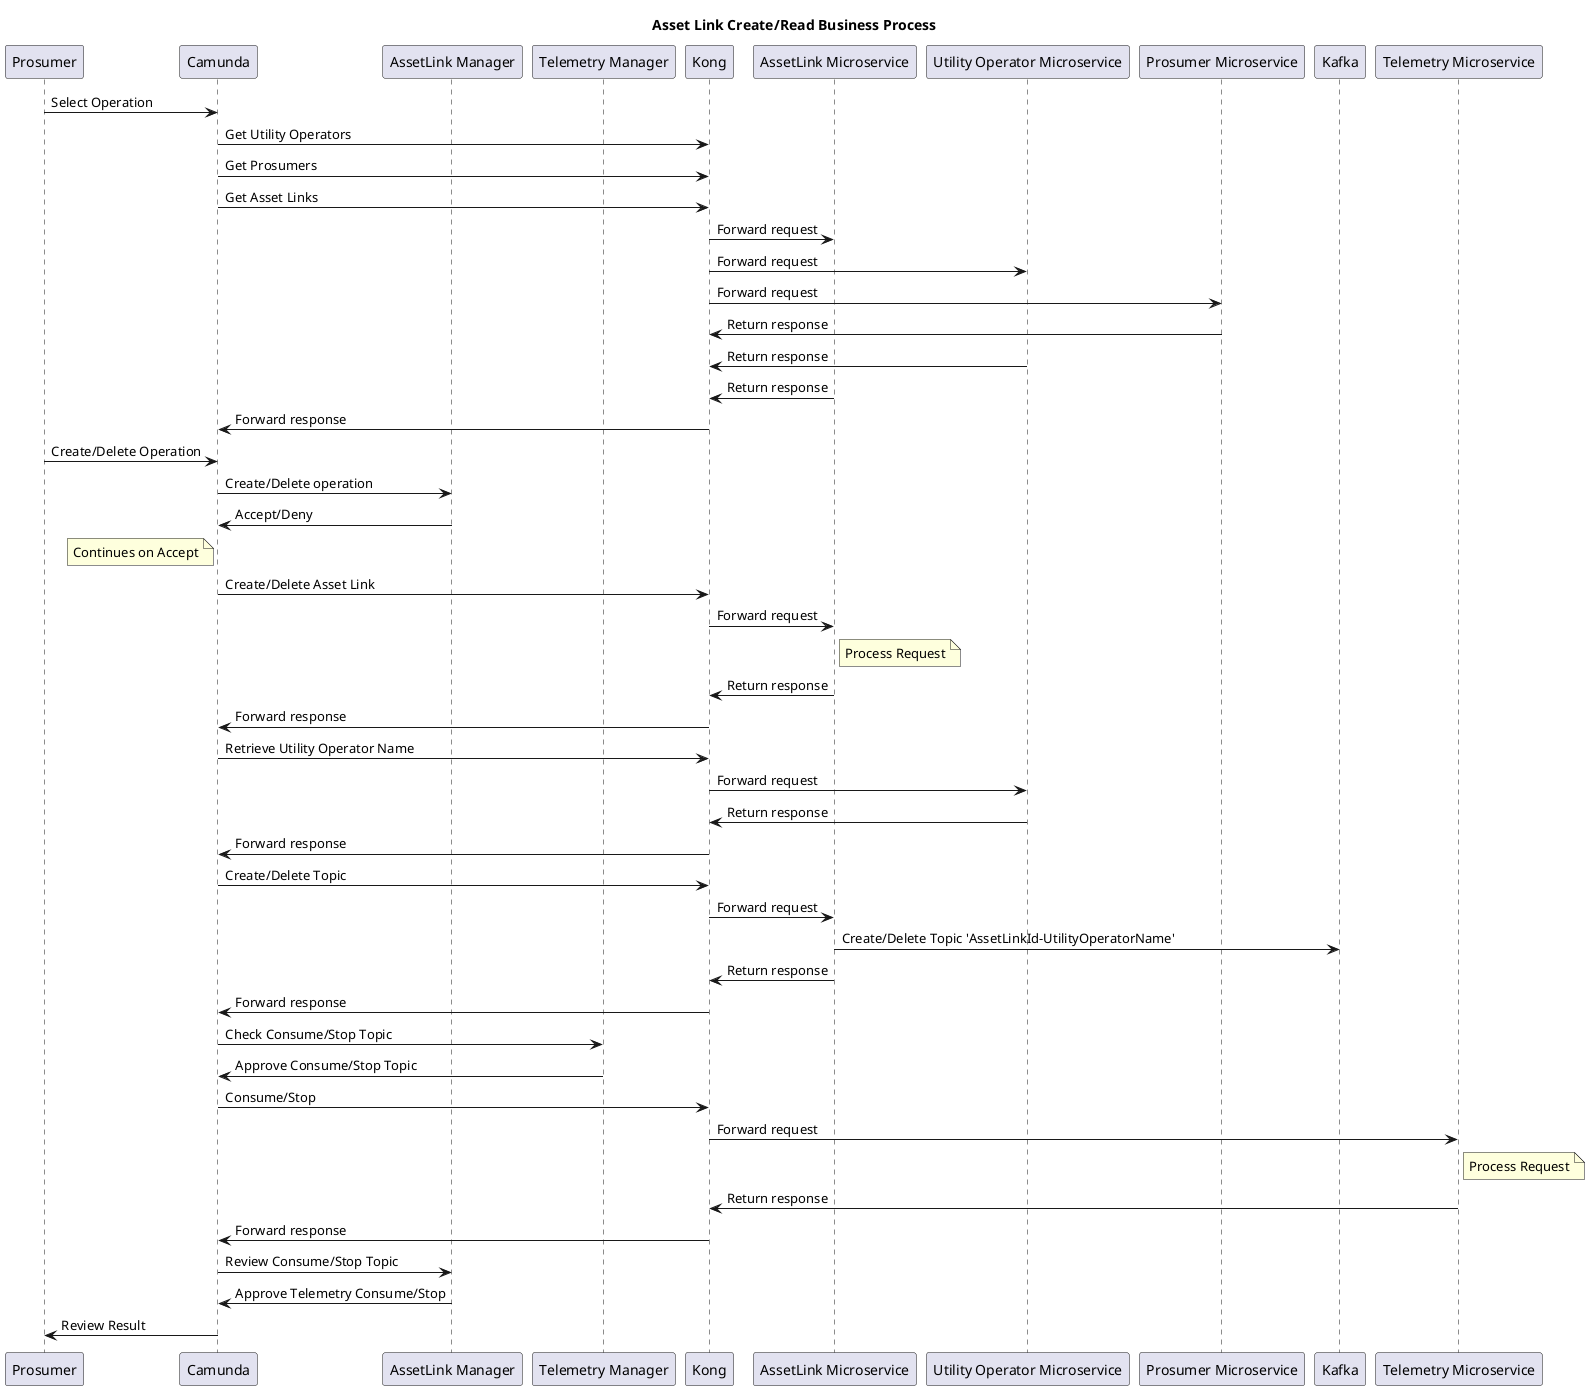
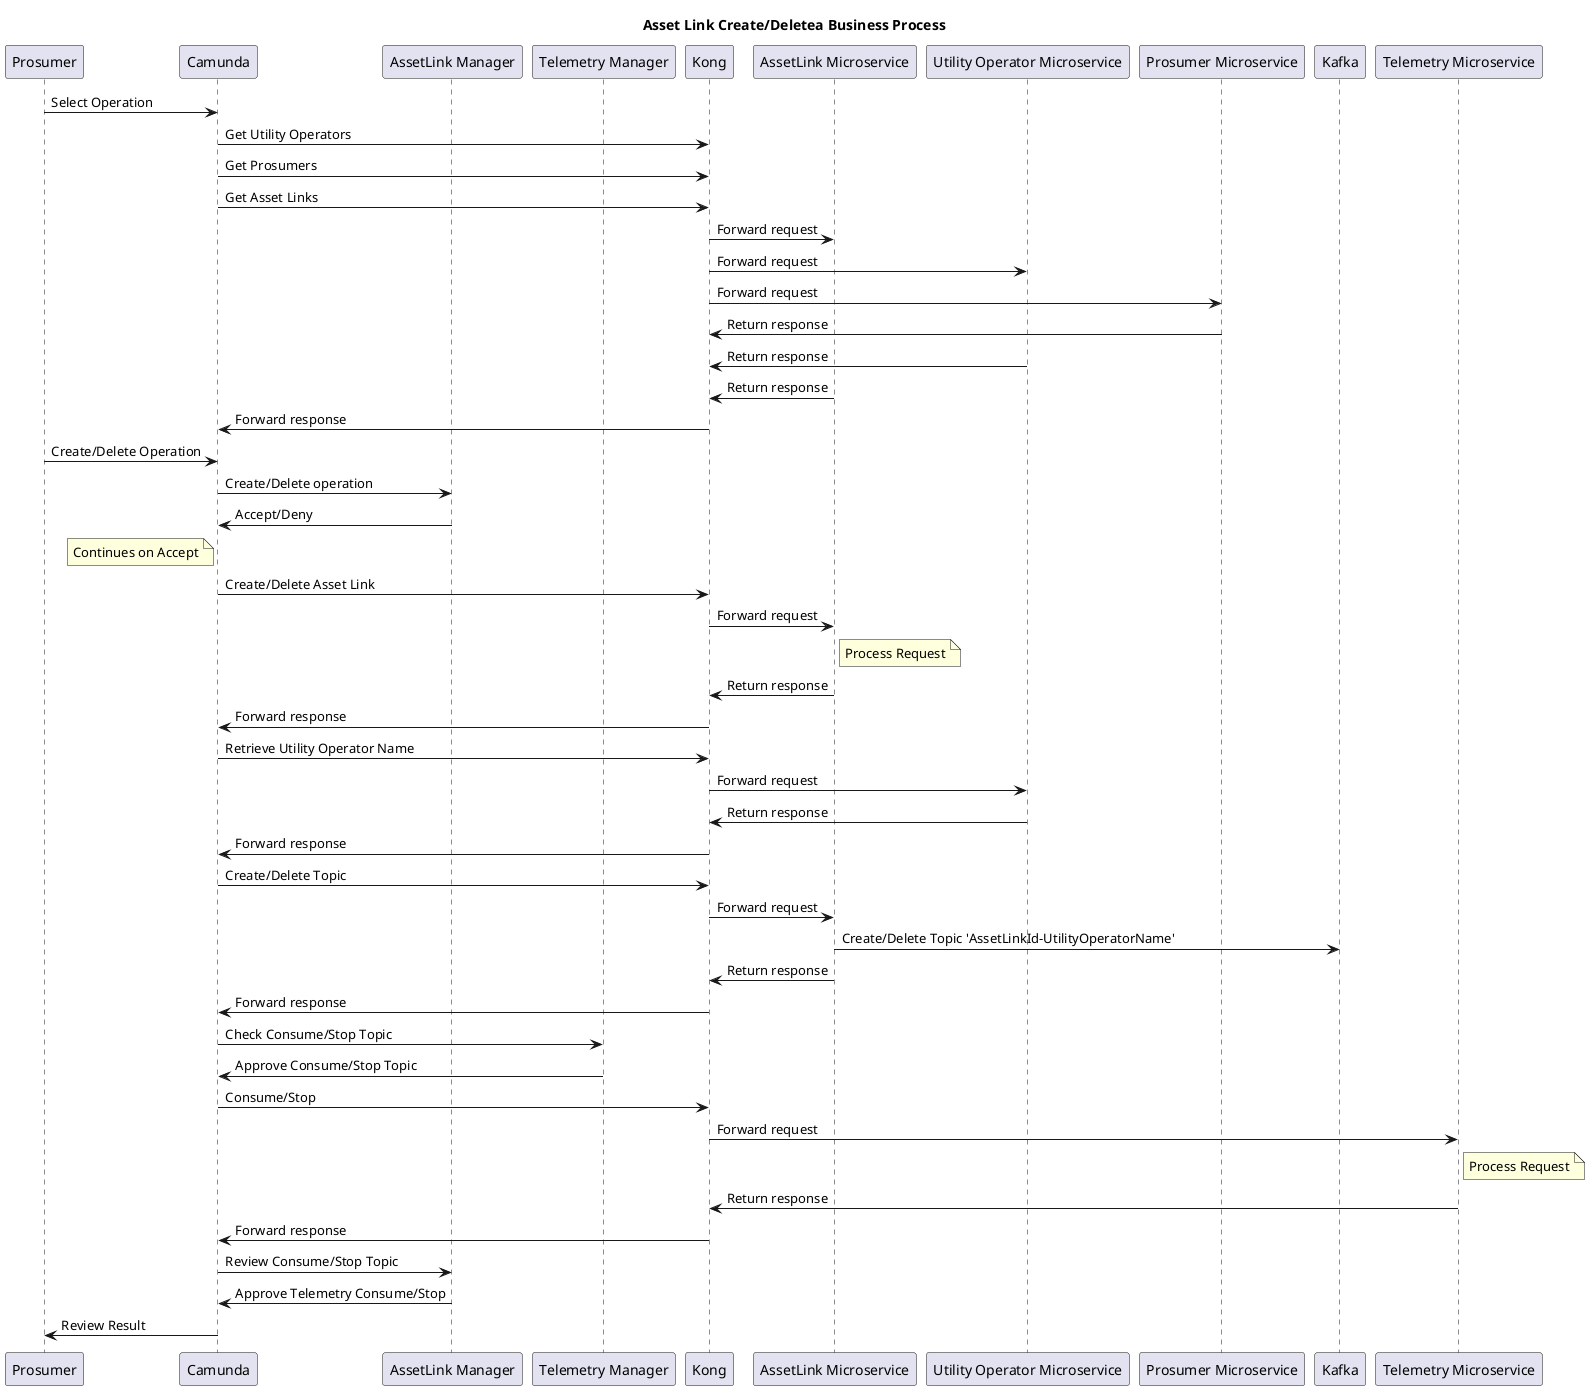
@startuml AssetLinkManagement
- title Asset Link Create/Read Business Process
+ title Asset Link Create/Deletea Business Process

/'
In order to create an asset link we need to first make a contract between the prosumer and utility operator. POST /AssetLink
Create a new topic(s) in Ka using the AssetLink microservice POST /AssetLink/topic/{prosumerId}/{utilityOperatorId}
Activate the consumption of said topic(s) by the Telemetry Microservice POST /Telemetry/consume
'/

participant Prosumer as P
participant Camunda as C
participant "AssetLink Manager" as ALM
participant "Telemetry Manager" as TM
participant Kong as K
participant "AssetLink Microservice" as AL
participant "Utility Operator Microservice" as UO
participant "Prosumer Microservice" as PM
participant Kafka as Ka
participant "Telemetry Microservice" as T

P -> C: Select Operation

C -> K : Get Utility Operators
C -> K : Get Prosumers
C -> K : Get Asset Links

K -> AL : Forward request
K -> UO : Forward request
K -> PM : Forward request

PM -> K : Return response
UO -> K : Return response
AL -> K : Return response

K -> C : Forward response

P -> C : Create/Delete Operation

C -> ALM : Create/Delete operation
ALM -> C : Accept/Deny

note left of C : Continues on Accept

C -> K : Create/Delete Asset Link
K -> AL : Forward request
note right of AL : Process Request
AL -> K : Return response
K -> C : Forward response

C -> K : Retrieve Utility Operator Name
K -> UO : Forward request
UO -> K : Return response
K -> C : Forward response

C -> K : Create/Delete Topic
K -> AL : Forward request
AL -> Ka : Create/Delete Topic 'AssetLinkId-UtilityOperatorName'
AL -> K : Return response
K -> C : Forward response

C -> TM : Check Consume/Stop Topic
TM -> C : Approve Consume/Stop Topic
C -> K : Consume/Stop
K -> T : Forward request
note right of T : Process Request
T -> K : Return response
K -> C : Forward response

C -> ALM: Review Consume/Stop Topic
ALM -> C : Approve Telemetry Consume/Stop

C -> P : Review Result

@enduml